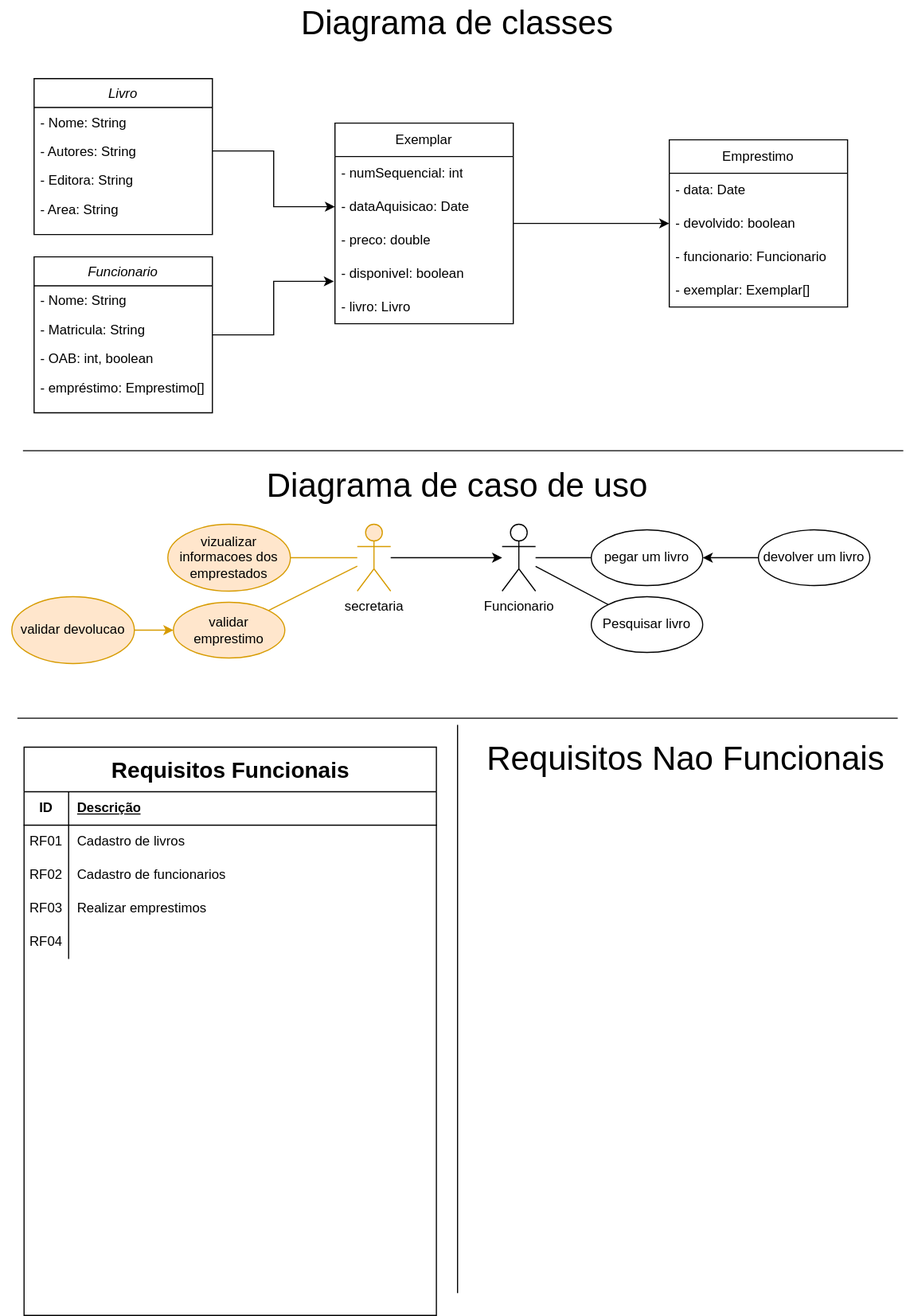
Before: ExercicioDeFixacao.drawio.svg, a diagram exported from draw.io (Andra-sun/modelagem). Source tidied: cells renumbered, new cells last; positions are measured from the earlier drawing's top-left corner, leaving out a move shared by most shapes.
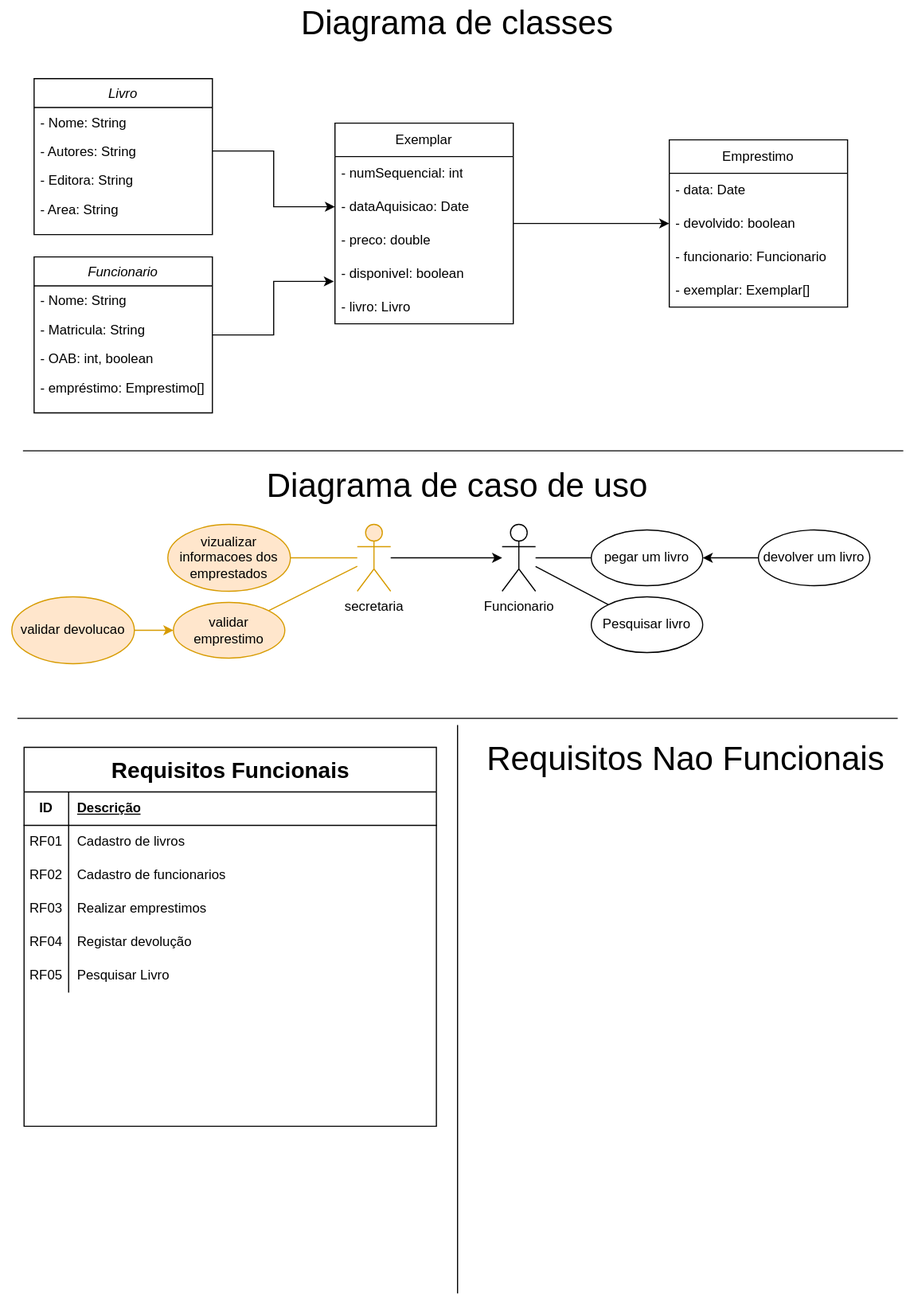
Later version of the same file.

Change to the diagram source:
```diff
@@ -138,7 +138,7 @@
       <mxGeometry x="406" y="650" width="8" height="510" as="geometry" />
     </mxCell>
     <mxCell id="47" value="&lt;font style=&quot;font-size: 20px;&quot;&gt;Requisitos Funcionais&lt;/font&gt;" style="shape=table;startSize=40;rowLines=0;fontStyle=1;align=center;html=1;" parent="1" vertex="1">
-      <mxGeometry x="21" y="670" width="370" height="510" as="geometry" />
+      <mxGeometry x="21" y="670" width="370" height="340" as="geometry" />
     </mxCell>
     <mxCell id="48" style="shape=tableRow;horizontal=0;startSize=0;swimlaneHead=0;swimlaneBody=0;fillColor=none;top=0;left=0;right=0;bottom=1;" parent="47" vertex="1">
       <mxGeometry y="40" width="370" height="30" as="geometry" />
@@ -182,8 +182,17 @@
     <mxCell id="61" value="RF04" style="shape=partialRectangle;fillColor=none;top=0;left=0;bottom=0;right=0;overflow=hidden;whiteSpace=wrap;html=1;" parent="60" vertex="1">
       <mxGeometry width="40" height="30" as="geometry" />
     </mxCell>
-    <mxCell id="62" style="shape=partialRectangle;fillColor=none;top=0;left=0;bottom=0;right=0;align=left;spacingLeft=6;overflow=hidden;whiteSpace=wrap;html=1;" parent="60" vertex="1">
+    <mxCell id="62" value="Registar devolução" style="shape=partialRectangle;fillColor=none;top=0;left=0;bottom=0;right=0;align=left;spacingLeft=6;overflow=hidden;whiteSpace=wrap;html=1;" parent="60" vertex="1">
       <mxGeometry x="40" width="330" height="30" as="geometry" />
     </mxCell>
+    <mxCell id="63" style="shape=tableRow;horizontal=0;startSize=0;swimlaneHead=0;swimlaneBody=0;fillColor=none;top=0;left=0;right=0;bottom=0;" parent="47" vertex="1">
+      <mxGeometry y="190" width="370" height="30" as="geometry" />
+    </mxCell>
+    <mxCell id="64" value="RF05" style="shape=partialRectangle;fillColor=none;top=0;left=0;bottom=0;right=0;overflow=hidden;whiteSpace=wrap;html=1;" parent="63" vertex="1">
+      <mxGeometry width="40" height="30" as="geometry" />
+    </mxCell>
+    <mxCell id="65" value="Pesquisar Livro" style="shape=partialRectangle;fillColor=none;top=0;left=0;bottom=0;right=0;align=left;spacingLeft=6;overflow=hidden;whiteSpace=wrap;html=1;" parent="63" vertex="1">
+      <mxGeometry x="40" width="330" height="30" as="geometry" />
+    </mxCell>
   </root>
 </mxGraphModel>
```
